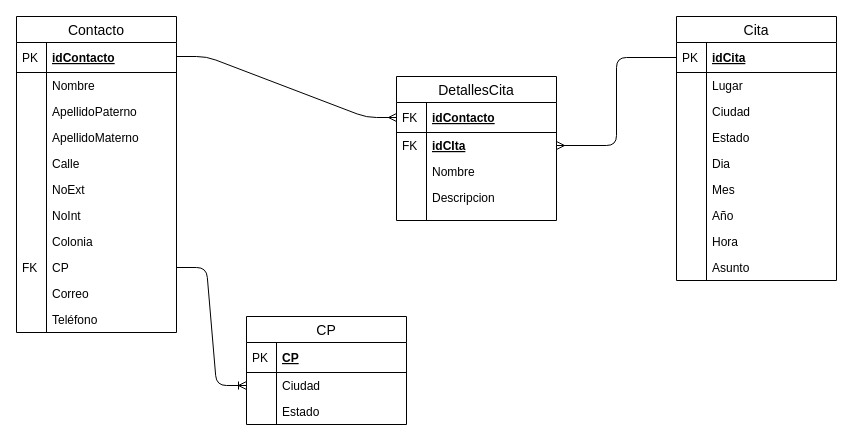
Earlier version of the draw.io diagram agenda.drawio (Radack2/mvc_ageda_db). Source tidied: cells renumbered, new cells numbered last; positions are measured from the earlier drawing's top-left corner, leaving out a move shared by most shapes. Both pictures are drawn from the tidied source at 100%, with x=0, y=0 at pixel (16, 16).
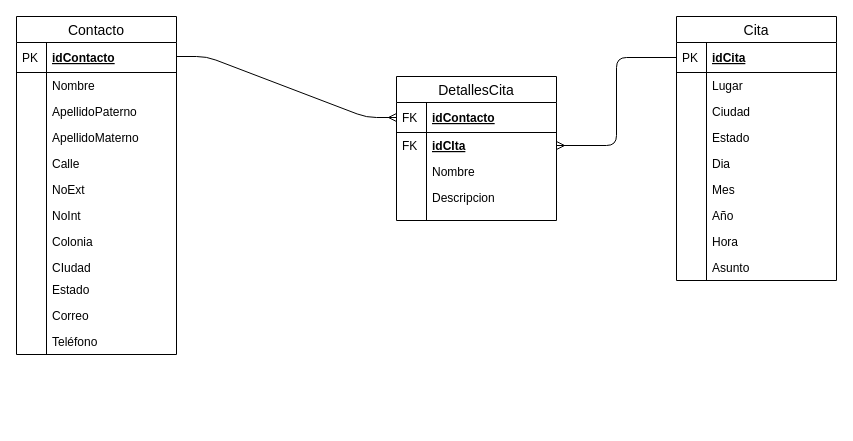
The same diagram, later.

The edit, as a diff of the source:
```diff
@@
-    <mxCell id="3" style="edgeStyle=entityRelationEdgeStyle;fontSize=12;html=1;endArrow=ERoneToMany;exitX=1;exitY=0.5;exitDx=0;exitDy=0;entryX=0;entryY=0.5;entryDx=0;entryDy=0;" parent="1" edge="1" source="21">
-      <mxGeometry relative="1" as="geometry">
-        <mxPoint x="230" y="369" as="targetPoint" />
-      </mxGeometry>
-    </mxCell>
     <mxCell id="4" value="Contacto" style="swimlane;fontStyle=0;horizontal=1;startSize=26;align=center;fontSize=14;verticalAlign=middle;rounded=0;swimlaneLine=1;shadow=0;glass=0;comic=0;gradientColor=none;swimlaneFillColor=none;" parent="1" vertex="1">
-      <mxGeometry width="160" height="316" as="geometry" />
+      <mxGeometry width="160" height="338" as="geometry" />
     </mxCell>
@@
-    <mxCell id="21" value="CP" style="shape=partialRectangle;top=0;left=0;right=0;bottom=0;align=left;verticalAlign=top;fillColor=none;spacingLeft=34;spacingRight=4;overflow=hidden;points=[[0,0.5],[1,0.5]];portConstraint=eastwest;fontSize=12;" parent="4" vertex="1">
-      <mxGeometry y="238" width="160" height="26" as="geometry" />
+    <mxCell id="21" value="CIudad" style="shape=partialRectangle;top=0;left=0;right=0;bottom=0;align=left;verticalAlign=top;fillColor=none;spacingLeft=34;spacingRight=4;overflow=hidden;points=[[0,0.5],[1,0.5]];portConstraint=eastwest;fontSize=12;" parent="4" vertex="1">
+      <mxGeometry y="238" width="160" height="22" as="geometry" />
     </mxCell>
-    <mxCell id="22" value="FK" style="shape=partialRectangle;top=0;left=0;bottom=0;fillColor=none;align=left;verticalAlign=top;spacingLeft=4;spacingRight=4;overflow=hidden;fontSize=12;" parent="21" vertex="1">
-      <mxGeometry width="30" height="26" as="geometry" />
+    <mxCell id="22" style="shape=partialRectangle;top=0;left=0;bottom=0;fillColor=none;align=left;verticalAlign=top;spacingLeft=4;spacingRight=4;overflow=hidden;fontSize=12;" parent="21" vertex="1">
+      <mxGeometry width="30" height="22" as="geometry" />
     </mxCell>
-    <mxCell id="23" value="Correo" style="shape=partialRectangle;top=0;left=0;right=0;bottom=0;align=left;verticalAlign=top;fillColor=none;spacingLeft=34;spacingRight=4;overflow=hidden;fontSize=12;" parent="4" vertex="1">
-      <mxGeometry y="264" width="160" height="26" as="geometry" />
+    <mxCell id="23" value="Estado" style="shape=partialRectangle;top=0;left=0;right=0;bottom=0;align=left;verticalAlign=top;fillColor=none;spacingLeft=34;spacingRight=4;overflow=hidden;fontSize=12;" parent="4" vertex="1">
+      <mxGeometry y="260" width="160" height="26" as="geometry" />
     </mxCell>
@@
+    <mxCell id="65" value="Correo" style="shape=partialRectangle;top=0;left=0;right=0;bottom=0;align=left;verticalAlign=top;fillColor=none;spacingLeft=34;spacingRight=4;overflow=hidden;fontSize=12;" parent="4" vertex="1">
+      <mxGeometry y="286" width="160" height="26" as="geometry" />
+    </mxCell>
+    <mxCell id="66" style="shape=partialRectangle;top=0;left=0;bottom=0;fillColor=none;align=left;verticalAlign=top;spacingLeft=4;spacingRight=4;overflow=hidden;fontSize=12;" parent="65" vertex="1">
+      <mxGeometry width="30" height="26" as="geometry" />
+    </mxCell>
     <mxCell id="25" value="Teléfono " style="shape=partialRectangle;top=0;left=0;right=0;bottom=0;align=left;verticalAlign=middle;fillColor=none;spacingLeft=34;spacingRight=4;overflow=hidden;fontSize=12;" parent="4" vertex="1">
-      <mxGeometry y="290" width="160" height="26" as="geometry" />
+      <mxGeometry y="312" width="160" height="26" as="geometry" />
     </mxCell>
@@
-    <mxCell id="46" value="CP" style="swimlane;fontStyle=0;horizontal=1;startSize=26;align=center;fontSize=14;verticalAlign=middle;" parent="1" vertex="1">
-      <mxGeometry x="230" y="300" width="160" height="108" as="geometry" />
-    </mxCell>
-    <mxCell id="47" value="CP" style="shape=partialRectangle;top=0;left=0;right=0;bottom=1;align=left;verticalAlign=middle;fillColor=none;spacingLeft=34;spacingRight=4;overflow=hidden;fontStyle=5;fontSize=12;" parent="46" vertex="1">
-      <mxGeometry y="26" width="160" height="30" as="geometry" />
-    </mxCell>
-    <mxCell id="48" value="PK" style="shape=partialRectangle;top=0;left=0;bottom=0;fillColor=none;align=left;verticalAlign=middle;spacingLeft=4;spacingRight=4;overflow=hidden;fontSize=12;" parent="47" vertex="1">
-      <mxGeometry width="30" height="30" as="geometry" />
-    </mxCell>
-    <mxCell id="49" value="Ciudad" style="shape=partialRectangle;top=0;left=0;right=0;bottom=0;align=left;verticalAlign=top;fillColor=none;spacingLeft=34;spacingRight=4;overflow=hidden;fontSize=12;" parent="46" vertex="1">
-      <mxGeometry y="56" width="160" height="26" as="geometry" />
-    </mxCell>
-    <mxCell id="50" style="shape=partialRectangle;top=0;left=0;bottom=0;fillColor=none;align=left;verticalAlign=top;spacingLeft=4;spacingRight=4;overflow=hidden;fontSize=12;" parent="49" vertex="1">
-      <mxGeometry width="30" height="26" as="geometry" />
-    </mxCell>
-    <mxCell id="51" value="Estado" style="shape=partialRectangle;top=0;left=0;right=0;bottom=0;align=left;verticalAlign=top;fillColor=none;spacingLeft=34;spacingRight=4;overflow=hidden;fontSize=12;" parent="46" vertex="1">
-      <mxGeometry y="82" width="160" height="26" as="geometry" />
-    </mxCell>
-    <mxCell id="52" style="shape=partialRectangle;top=0;left=0;bottom=0;fillColor=none;align=left;verticalAlign=top;spacingLeft=4;spacingRight=4;overflow=hidden;fontSize=12;" parent="51" vertex="1">
-      <mxGeometry width="30" height="26" as="geometry" />
-    </mxCell>
```
